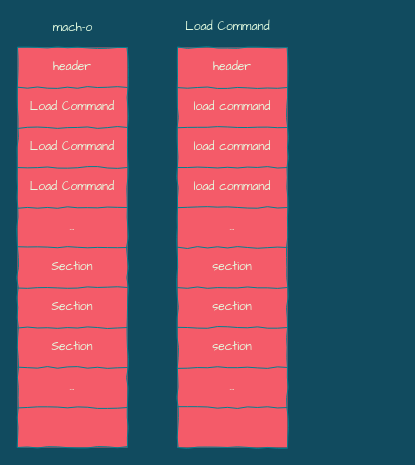
The draw.io diagram fishhook/mach-o.drawio in silan-liu/drawio, before the edit. Source tidied: cells renumbered, new cells numbered last; positions are measured from the earlier drawing's top-left corner, leaving out a move shared by most shapes. Both pictures are drawn from the tidied source at 100%, with x=0, y=0 at pixel (17, 17).
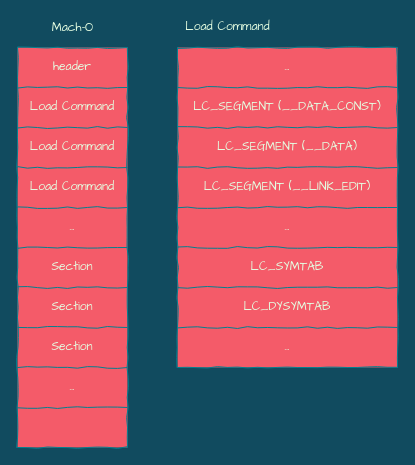
The same page after the edit.

Diff of the diagram source:
```diff
@@
-    <mxCell id="23" value="&lt;font face=&quot;Architects Daughter&quot;&gt;mach-o&lt;/font&gt;" style="text;html=1;align=center;verticalAlign=middle;fontColor=#E4FDE1;" parent="1" vertex="1">
-      <mxGeometry x="30" width="50" height="20" as="geometry" />
+    <mxCell id="23" value="&lt;font face=&quot;Architects Daughter&quot;&gt;Mach-O&lt;/font&gt;" style="text;html=1;align=center;verticalAlign=middle;fontColor=#E4FDE1;" parent="1" vertex="1">
+      <mxGeometry x="25" width="60" height="20" as="geometry" />
     </mxCell>
     <mxCell id="24" style="shape=table;html=1;whiteSpace=wrap;startSize=0;childLayout=tableLayout;comic=1;fillColor=#F45B69;strokeColor=#028090;fontColor=#E4FDE1;fontFamily=Architects Daughter;" parent="1" vertex="1">
-      <mxGeometry x="160" y="30" width="110" height="400" as="geometry" />
+      <mxGeometry x="160" y="30" width="220" height="320" as="geometry" />
     </mxCell>
     <mxCell id="25" style="shape=partialRectangle;html=1;whiteSpace=wrap;fillColor=none;top=0;left=0;bottom=0;right=0;strokeColor=#028090;fontColor=#E4FDE1;" parent="24" vertex="1">
-      <mxGeometry width="110" height="40" as="geometry" />
+      <mxGeometry width="220" height="40" as="geometry" />
     </mxCell>
-    <mxCell id="26" value="header" style="shape=partialRectangle;html=1;whiteSpace=wrap;overflow=hidden;fillColor=none;top=0;left=0;bottom=0;right=0;strokeColor=#028090;fontColor=#E4FDE1;fontFamily=Architects Daughter;" parent="25" vertex="1">
-      <mxGeometry width="110" height="40" as="geometry" />
+    <mxCell id="26" value="..." style="shape=partialRectangle;html=1;whiteSpace=wrap;overflow=hidden;fillColor=none;top=0;left=0;bottom=0;right=0;strokeColor=#028090;fontColor=#E4FDE1;fontFamily=Architects Daughter;" parent="25" vertex="1">
+      <mxGeometry width="220" height="40" as="geometry" />
     </mxCell>
     <mxCell id="27" style="shape=partialRectangle;html=1;whiteSpace=wrap;fillColor=none;top=0;left=0;bottom=0;right=0;strokeColor=#028090;fontColor=#E4FDE1;" parent="24" vertex="1">
-      <mxGeometry y="40" width="110" height="40" as="geometry" />
+      <mxGeometry y="40" width="220" height="40" as="geometry" />
     </mxCell>
-    <mxCell id="28" value="load command" style="shape=partialRectangle;html=1;whiteSpace=wrap;overflow=hidden;fillColor=none;top=0;left=0;bottom=0;right=0;strokeColor=#028090;fontColor=#E4FDE1;fontFamily=Architects Daughter;" parent="27" vertex="1">
-      <mxGeometry width="110" height="40" as="geometry" />
+    <mxCell id="28" value="LC_SEGMENT (__DATA_CONST)" style="shape=partialRectangle;html=1;whiteSpace=wrap;overflow=hidden;fillColor=none;top=0;left=0;bottom=0;right=0;strokeColor=#028090;fontColor=#E4FDE1;fontFamily=Architects Daughter;" parent="27" vertex="1">
+      <mxGeometry width="220" height="40" as="geometry" />
     </mxCell>
     <mxCell id="29" style="shape=partialRectangle;html=1;whiteSpace=wrap;fillColor=none;top=0;left=0;bottom=0;right=0;strokeColor=#028090;fontColor=#E4FDE1;" parent="24" vertex="1">
-      <mxGeometry y="80" width="110" height="40" as="geometry" />
+      <mxGeometry y="80" width="220" height="40" as="geometry" />
     </mxCell>
-    <mxCell id="30" value="load command" style="shape=partialRectangle;html=1;whiteSpace=wrap;overflow=hidden;fillColor=none;top=0;left=0;bottom=0;right=0;strokeColor=#028090;fontColor=#E4FDE1;fontFamily=Architects Daughter;" parent="29" vertex="1">
-      <mxGeometry width="110" height="40" as="geometry" />
+    <mxCell id="30" value="LC_SEGMENT (__DATA)" style="shape=partialRectangle;html=1;whiteSpace=wrap;overflow=hidden;fillColor=none;top=0;left=0;bottom=0;right=0;strokeColor=#028090;fontColor=#E4FDE1;fontFamily=Architects Daughter;" parent="29" vertex="1">
+      <mxGeometry width="220" height="40" as="geometry" />
     </mxCell>
     <mxCell id="31" style="shape=partialRectangle;html=1;whiteSpace=wrap;fillColor=none;top=0;left=0;bottom=0;right=0;strokeColor=#028090;fontColor=#E4FDE1;" parent="24" vertex="1">
-      <mxGeometry y="120" width="110" height="40" as="geometry" />
+      <mxGeometry y="120" width="220" height="40" as="geometry" />
     </mxCell>
-    <mxCell id="32" value="load command" style="shape=partialRectangle;html=1;whiteSpace=wrap;overflow=hidden;fillColor=none;top=0;left=0;bottom=0;right=0;strokeColor=#028090;fontColor=#E4FDE1;fontFamily=Architects Daughter;" parent="31" vertex="1">
-      <mxGeometry width="110" height="40" as="geometry" />
+    <mxCell id="32" value="LC_SEGMENT (__LINK_EDIT)" style="shape=partialRectangle;html=1;whiteSpace=wrap;overflow=hidden;fillColor=none;top=0;left=0;bottom=0;right=0;strokeColor=#028090;fontColor=#E4FDE1;fontFamily=Architects Daughter;" parent="31" vertex="1">
+      <mxGeometry width="220" height="40" as="geometry" />
     </mxCell>
     <mxCell id="33" style="shape=partialRectangle;html=1;whiteSpace=wrap;fillColor=none;top=0;left=0;bottom=0;right=0;strokeColor=#028090;fontColor=#E4FDE1;" parent="24" vertex="1">
-      <mxGeometry y="160" width="110" height="40" as="geometry" />
+      <mxGeometry y="160" width="220" height="40" as="geometry" />
     </mxCell>
     <mxCell id="34" value="..." style="shape=partialRectangle;html=1;whiteSpace=wrap;overflow=hidden;fillColor=none;top=0;left=0;bottom=0;right=0;strokeColor=#028090;fontColor=#E4FDE1;fontFamily=Architects Daughter;" parent="33" vertex="1">
-      <mxGeometry width="110" height="40" as="geometry" />
+      <mxGeometry width="220" height="40" as="geometry" />
     </mxCell>
     <mxCell id="35" style="shape=partialRectangle;html=1;whiteSpace=wrap;fillColor=none;top=0;left=0;bottom=0;right=0;strokeColor=#028090;fontColor=#E4FDE1;" parent="24" vertex="1">
-      <mxGeometry y="200" width="110" height="40" as="geometry" />
+      <mxGeometry y="200" width="220" height="40" as="geometry" />
     </mxCell>
-    <mxCell id="36" value="section" style="shape=partialRectangle;html=1;whiteSpace=wrap;overflow=hidden;fillColor=none;top=0;left=0;bottom=0;right=0;strokeColor=#028090;fontColor=#E4FDE1;fontFamily=Architects Daughter;" parent="35" vertex="1">
-      <mxGeometry width="110" height="40" as="geometry" />
+    <mxCell id="36" value="LC_SYMTAB" style="shape=partialRectangle;html=1;whiteSpace=wrap;overflow=hidden;fillColor=none;top=0;left=0;bottom=0;right=0;strokeColor=#028090;fontColor=#E4FDE1;fontFamily=Architects Daughter;" parent="35" vertex="1">
+      <mxGeometry width="220" height="40" as="geometry" />
     </mxCell>
     <mxCell id="37" style="shape=partialRectangle;html=1;whiteSpace=wrap;fillColor=none;top=0;left=0;bottom=0;right=0;strokeColor=#028090;fontColor=#E4FDE1;" parent="24" vertex="1">
-      <mxGeometry y="240" width="110" height="40" as="geometry" />
+      <mxGeometry y="240" width="220" height="40" as="geometry" />
     </mxCell>
-    <mxCell id="38" value="section" style="shape=partialRectangle;html=1;whiteSpace=wrap;overflow=hidden;fillColor=none;top=0;left=0;bottom=0;right=0;strokeColor=#028090;fontColor=#E4FDE1;fontFamily=Architects Daughter;" parent="37" vertex="1">
-      <mxGeometry width="110" height="40" as="geometry" />
+    <mxCell id="38" value="LC_DYSYMTAB" style="shape=partialRectangle;html=1;whiteSpace=wrap;overflow=hidden;fillColor=none;top=0;left=0;bottom=0;right=0;strokeColor=#028090;fontColor=#E4FDE1;fontFamily=Architects Daughter;" parent="37" vertex="1">
+      <mxGeometry width="220" height="40" as="geometry" />
     </mxCell>
-    <mxCell id="39" style="shape=partialRectangle;html=1;whiteSpace=wrap;fillColor=none;top=0;left=0;bottom=0;right=0;strokeColor=#028090;fontColor=#E4FDE1;" parent="24" vertex="1">
-      <mxGeometry y="280" width="110" height="40" as="geometry" />
-    </mxCell>
-    <mxCell id="40" value="section" style="shape=partialRectangle;html=1;whiteSpace=wrap;overflow=hidden;fillColor=none;top=0;left=0;bottom=0;right=0;strokeColor=#028090;fontColor=#E4FDE1;fontFamily=Architects Daughter;" parent="39" vertex="1">
-      <mxGeometry width="110" height="40" as="geometry" />
-    </mxCell>
-    <mxCell id="41" style="shape=partialRectangle;html=1;whiteSpace=wrap;fillColor=none;top=0;left=0;bottom=0;right=0;strokeColor=#028090;fontColor=#E4FDE1;" parent="24" vertex="1">
-      <mxGeometry y="320" width="110" height="40" as="geometry" />
-    </mxCell>
+    <mxCell id="46" style="shape=partialRectangle;html=1;whiteSpace=wrap;fillColor=none;top=0;left=0;bottom=0;right=0;strokeColor=#028090;fontColor=#E4FDE1;" parent="24" vertex="1">
+      <mxGeometry y="280" width="220" height="40" as="geometry" />
+    </mxCell>
-    <mxCell id="42" value="..." style="shape=partialRectangle;html=1;whiteSpace=wrap;overflow=hidden;fillColor=none;top=0;left=0;bottom=0;right=0;strokeColor=#028090;fontColor=#E4FDE1;fontFamily=Architects Daughter;" parent="41" vertex="1">
-      <mxGeometry width="110" height="40" as="geometry" />
+    <mxCell id="42" value="..." style="shape=partialRectangle;html=1;whiteSpace=wrap;overflow=hidden;fillColor=none;top=0;left=0;bottom=0;right=0;strokeColor=#028090;fontColor=#E4FDE1;fontFamily=Architects Daughter;" parent="46" vertex="1">
+      <mxGeometry width="220" height="40" as="geometry" />
     </mxCell>
-    <mxCell id="43" style="shape=partialRectangle;html=1;whiteSpace=wrap;fillColor=none;top=0;left=0;bottom=0;right=0;strokeColor=#028090;fontColor=#E4FDE1;" parent="24" vertex="1">
-      <mxGeometry y="360" width="110" height="40" as="geometry" />
-    </mxCell>
-    <mxCell id="44" style="shape=partialRectangle;html=1;whiteSpace=wrap;overflow=hidden;fillColor=none;top=0;left=0;bottom=0;right=0;strokeColor=#028090;fontColor=#E4FDE1;fontFamily=Architects Daughter;" parent="43" vertex="1">
-      <mxGeometry width="110" height="40" as="geometry" />
-    </mxCell>
```
